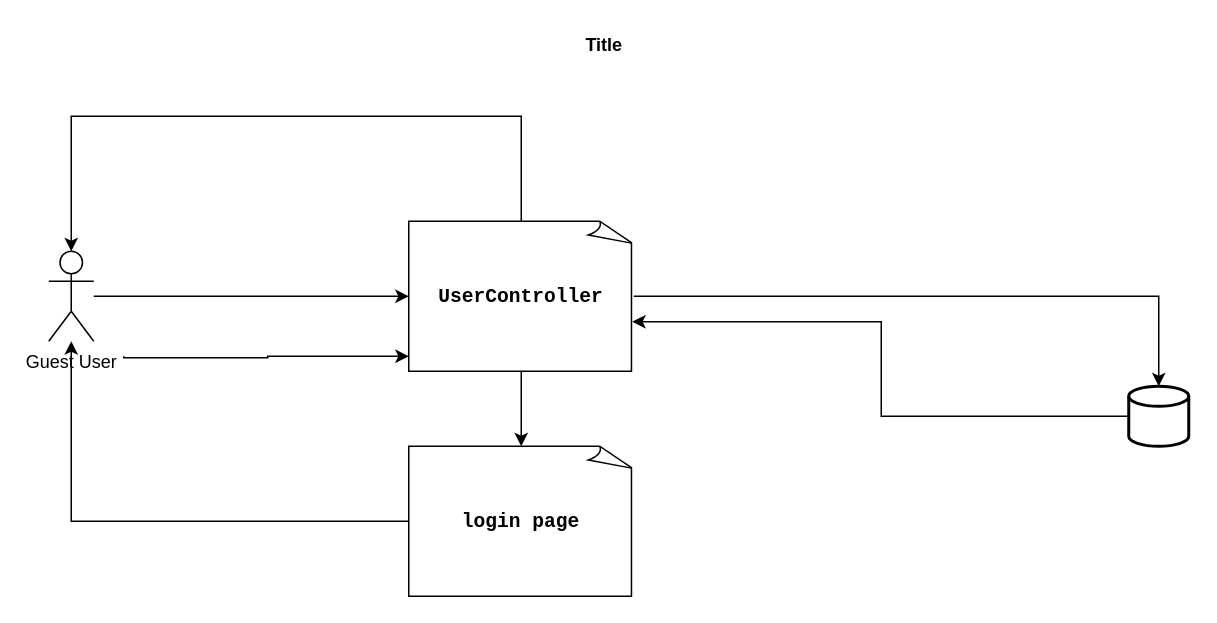
Earlier version of the draw.io diagram Untitled Diagram.drawio (cherifsriret/boilerplate-npm). Source tidied: cells renumbered, new cells numbered last; positions are measured from the earlier drawing's top-left corner, leaving out a move shared by most shapes. Both pictures are drawn from the tidied source at 150%, with x=0, y=0 at pixel (48, 26).
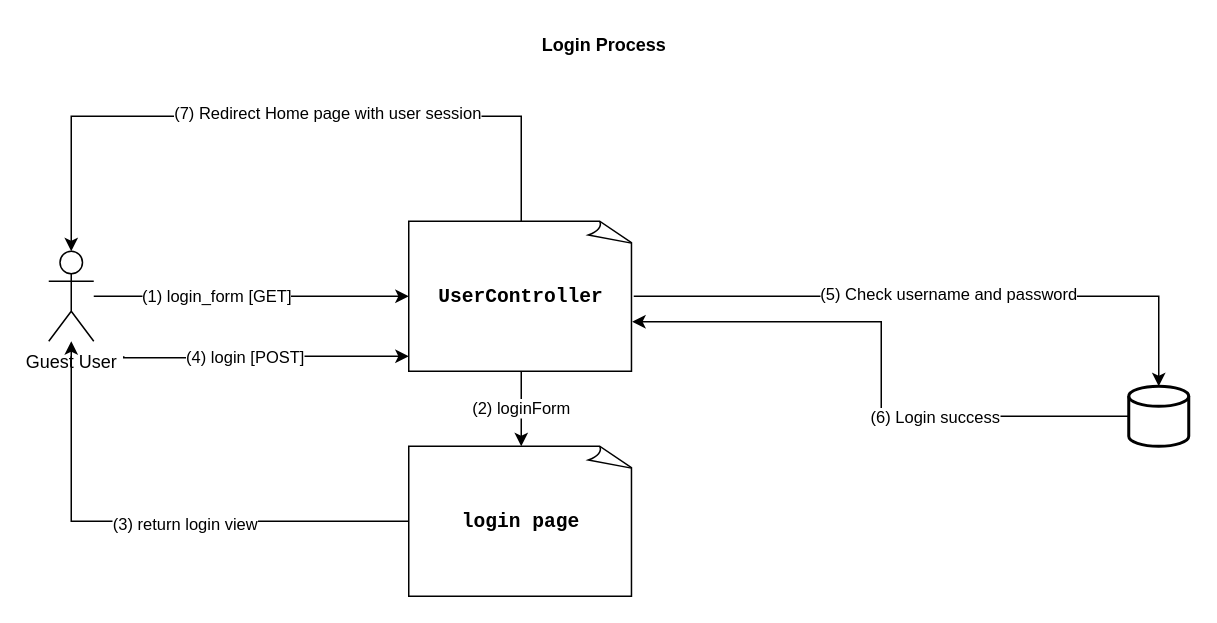
After the change.

Commit message:
finish login process

Unchanged cells that the change refers to:
```xml
<mxCell id="3" style="edgeStyle=orthogonalEdgeStyle;rounded=0;jettySize=auto;html=1;" parent="1" edge="1" target="5">
  <mxGeometry relative="1" as="geometry">
    <mxPoint x="50" y="220" as="sourcePoint" />
    <Array as="points">
      <mxPoint x="50" y="221" />
      <mxPoint x="146" y="221" />
      <mxPoint x="146" y="220" />
    </Array>
  </mxGeometry>
</mxCell>
<mxCell id="5" value="&lt;div style=&quot;&quot;&gt;&lt;pre style=&quot;font-family: &amp;quot;JetBrains Mono&amp;quot;, monospace; font-size: 9.8pt;&quot;&gt;&lt;b style=&quot;background-color: rgb(255, 255, 255);&quot;&gt;UserController&lt;/b&gt;&lt;/pre&gt;&lt;/div&gt;" style="whiteSpace=wrap;html=1;shape=mxgraph.basic.document;" parent="1" vertex="1">
  <mxGeometry x="240" y="130" width="150" height="100" as="geometry" />
</mxCell>
<mxCell id="6" style="edgeStyle=orthogonalEdgeStyle;rounded=0;jettySize=auto;html=1;entryX=0;entryY=0.5;entryDx=0;entryDy=0;entryPerimeter=0;" parent="1" edge="1" source="4" target="5">
  <mxGeometry relative="1" as="geometry" />
</mxCell>
<mxCell id="7" style="edgeStyle=orthogonalEdgeStyle;rounded=0;jettySize=auto;html=1;entryX=0.5;entryY=0;entryDx=0;entryDy=0;entryPerimeter=0;" parent="1" edge="1" source="5" target="2">
  <mxGeometry relative="1" as="geometry" />
</mxCell>
<mxCell id="8" style="edgeStyle=orthogonalEdgeStyle;rounded=0;jettySize=auto;html=1;" parent="1" edge="1" source="9" target="4">
  <mxGeometry relative="1" as="geometry" />
</mxCell>
<mxCell id="9" value="&lt;div style=&quot;&quot;&gt;&lt;pre style=&quot;font-family: &amp;quot;JetBrains Mono&amp;quot;, monospace; font-size: 9.8pt;&quot;&gt;&lt;span style=&quot;background-color: rgb(255, 255, 255);&quot;&gt;&lt;b&gt;login page&lt;/b&gt;&lt;/span&gt;&lt;/pre&gt;&lt;/div&gt;" style="whiteSpace=wrap;html=1;shape=mxgraph.basic.document;" parent="1" vertex="1">
  <mxGeometry x="240" y="280" width="150" height="100" as="geometry" />
</mxCell>
<mxCell id="11" style="edgeStyle=orthogonalEdgeStyle;rounded=0;jettySize=auto;html=1;entryX=0.993;entryY=0.67;entryDx=0;entryDy=0;entryPerimeter=0;" parent="1" edge="1" source="2" target="5">
  <mxGeometry relative="1" as="geometry" />
</mxCell>
<mxCell id="12" style="edgeStyle=orthogonalEdgeStyle;rounded=0;jettySize=auto;html=1;entryX=0.5;entryY=0;entryDx=0;entryDy=0;entryPerimeter=0;" parent="1" edge="1" source="5" target="4">
  <mxGeometry relative="1" as="geometry">
    <Array as="points">
      <mxPoint x="315" y="60" />
      <mxPoint x="15" y="60" />
    </Array>
  </mxGeometry>
</mxCell>
```

Diff of the diagram source:
```diff
@@
+    <mxCell id="14" value="(4) login [POST]" style="edgeLabel;html=1;align=center;verticalAlign=middle;" parent="3" vertex="1">
+      <mxGeometry x="-0.59" y="-2" relative="1" as="geometry">
+        <mxPoint x="42" y="-3" as="offset" />
+      </mxGeometry>
+    </mxCell>
@@
+    <mxCell id="15" value="(1) login_form [GET]" style="edgeLabel;html=1;align=center;verticalAlign=middle;" parent="6" vertex="1">
+      <mxGeometry x="-0.23" y="1" relative="1" as="geometry" />
+    </mxCell>
@@
+    <mxCell id="16" value="(5) Check username and password" style="edgeLabel;html=1;align=center;verticalAlign=middle;" parent="7" vertex="1">
+      <mxGeometry x="0.02" y="2" relative="1" as="geometry" />
+    </mxCell>
@@
+    <mxCell id="17" value="(3) return login view" style="edgeLabel;html=1;align=center;verticalAlign=middle;" parent="8" vertex="1">
+      <mxGeometry x="-0.13" y="1" relative="1" as="geometry" />
+    </mxCell>
@@
-    <mxCell id="10" style="edgeStyle=orthogonalEdgeStyle;rounded=0;jettySize=auto;html=1;entryX=0.5;entryY=0;entryDx=0;entryDy=0;entryPerimeter=0;" parent="1" edge="1" source="5" target="9">
+    <mxCell id="10" value="(2) loginForm" style="edgeStyle=orthogonalEdgeStyle;rounded=0;jettySize=auto;html=1;entryX=0.5;entryY=0;entryDx=0;entryDy=0;entryPerimeter=0;" parent="1" edge="1" source="5" target="9">
       <mxGeometry relative="1" as="geometry" />
     </mxCell>
@@
+    <mxCell id="18" value="(6) Login success" style="edgeLabel;html=1;align=center;verticalAlign=middle;" parent="11" vertex="1">
+      <mxGeometry x="-0.23" y="-2" relative="1" as="geometry">
+        <mxPoint x="22" y="2" as="offset" />
+      </mxGeometry>
+    </mxCell>
@@
+    <mxCell id="19" value="(7) Redirect Home page with user session" style="edgeLabel;html=1;align=center;verticalAlign=middle;" parent="12" vertex="1">
+      <mxGeometry x="-0.13" y="-3" relative="1" as="geometry" />
+    </mxCell>
-    <mxCell id="13" value="Title" style="text;align=center;fontStyle=1;verticalAlign=middle;spacingLeft=3;spacingRight=3;strokeColor=none;html=1;" parent="1" vertex="1">
+    <mxCell id="13" value="Login Process" style="text;align=center;fontStyle=1;verticalAlign=middle;spacingLeft=3;spacingRight=3;strokeColor=none;html=1;" parent="1" vertex="1">
       <mxGeometry x="310" width="120" height="26" as="geometry" />
     </mxCell>
```
